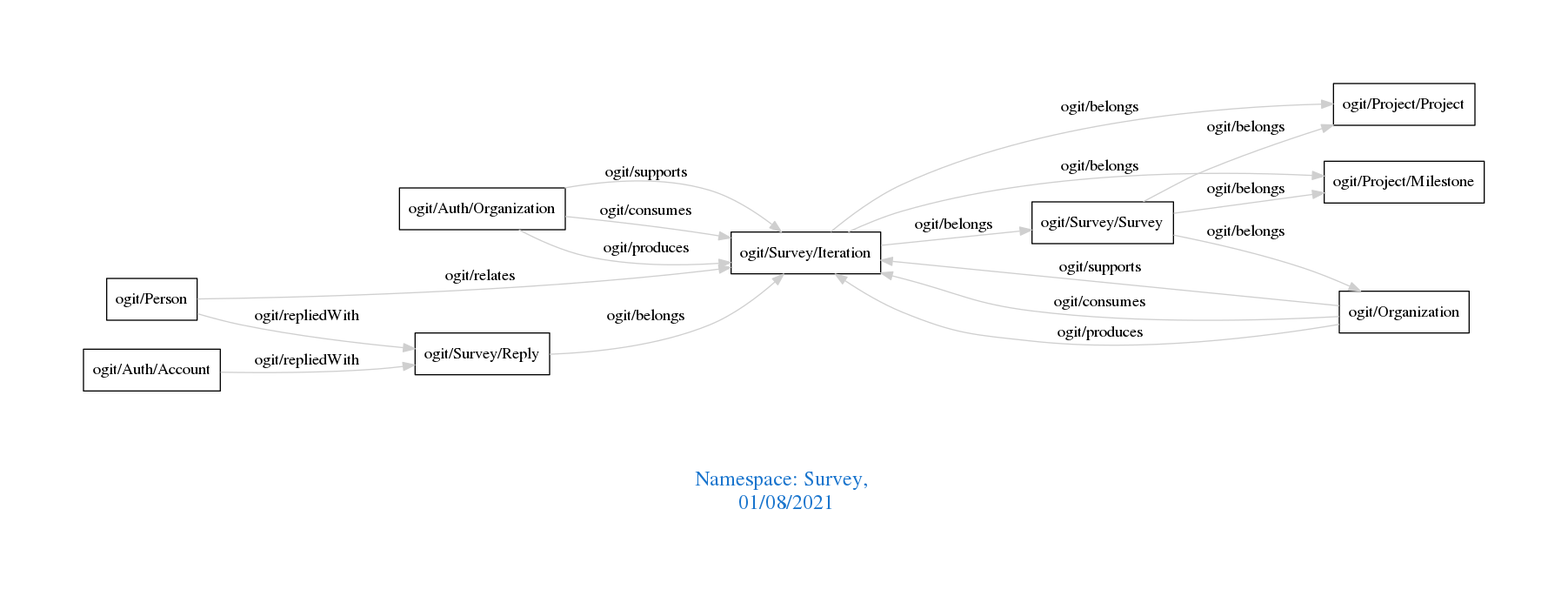
This is downloads/Survey.png from arago/OGIT, a Graphviz export, as it was before one commit. Its source is kept beside it as downloads/Survey.dot.
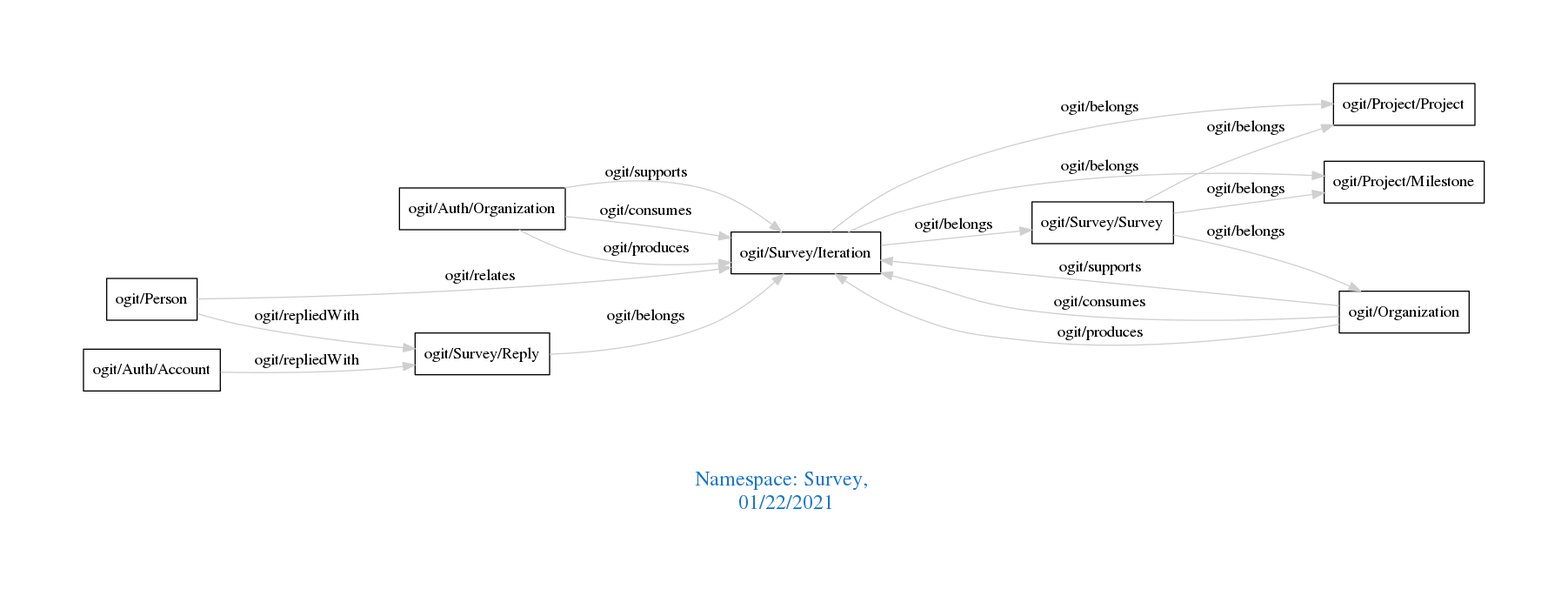
The same file after the commit.

What changed in the source:
```diff
@@ -1,7 +1,7 @@
 digraph OGIT_ontology {
  graph [ rankdir= LR,pad=1
 fontsize = 18,
-fontcolor= dodgerblue3,label = "\n\n\nNamespace: Survey, \n 01/08/2021"];
+fontcolor= dodgerblue3,label = "\n\n\nNamespace: Survey, \n 01/22/2021"];
 node[shape=polygon];
 edge [  color="gray81"];
 
```
